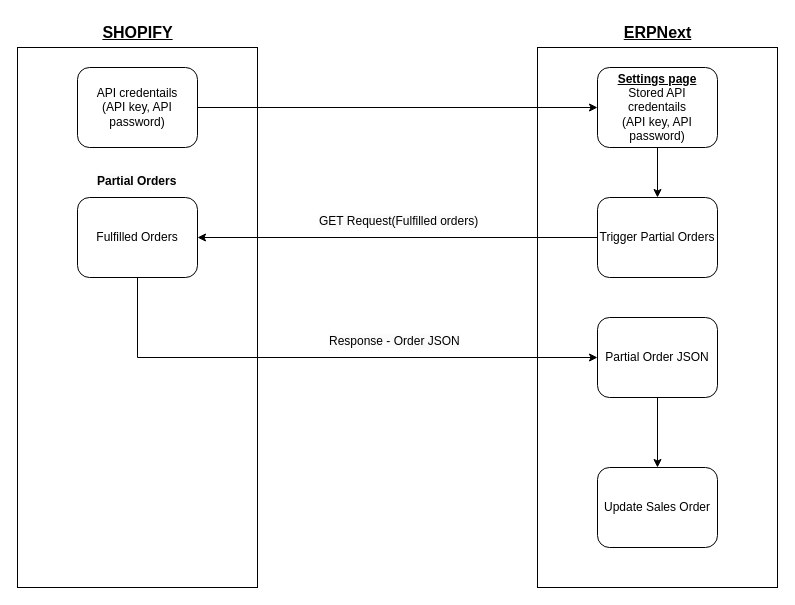
Above: shopify_partial_orders.drawio in GVicky98/Shopify-API-Flow-Diagram (draw.io), before the change. Source tidied: cells renumbered, new cells numbered last; positions are measured from the earlier drawing's top-left corner, leaving out a move shared by most shapes. Both pictures are drawn from the tidied source at 100%, with x=0, y=0 at pixel (17, 17).
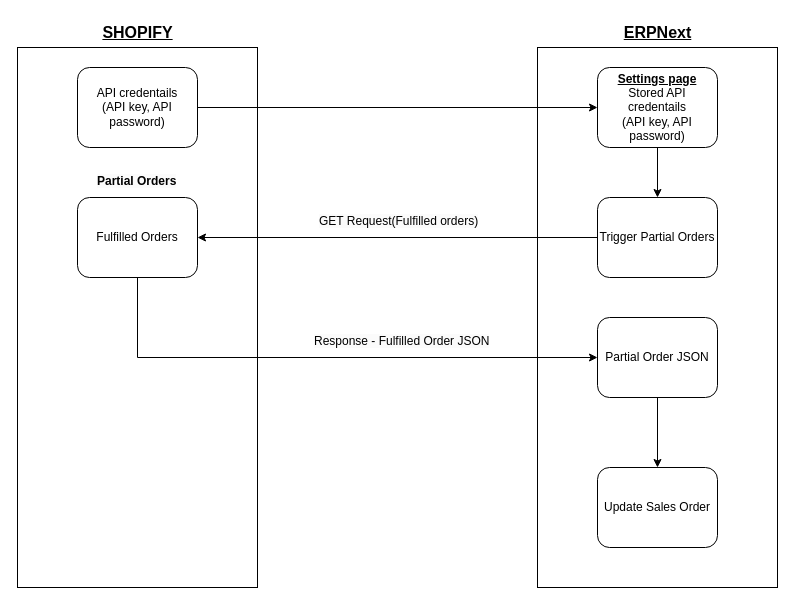
After the change.

What changed in the source:
```diff
@@
-    <mxCell id="17" value="&lt;span style=&quot;color: rgb(0, 0, 0); font-family: Helvetica; font-size: 12px; font-style: normal; font-variant-ligatures: normal; font-variant-caps: normal; font-weight: 400; letter-spacing: normal; orphans: 2; text-align: center; text-indent: 0px; text-transform: none; widows: 2; word-spacing: 0px; -webkit-text-stroke-width: 0px; background-color: rgb(251, 251, 251); text-decoration-thickness: initial; text-decoration-style: initial; text-decoration-color: initial; float: none; display: inline !important;&quot;&gt;Response - Order JSON&lt;/span&gt;" style="text;whiteSpace=wrap;html=1;" parent="1" vertex="1">
-      <mxGeometry x="310" y="310" width="150" height="40" as="geometry" />
+    <mxCell id="17" value="&lt;span style=&quot;color: rgb(0, 0, 0); font-family: Helvetica; font-size: 12px; font-style: normal; font-variant-ligatures: normal; font-variant-caps: normal; font-weight: 400; letter-spacing: normal; orphans: 2; text-align: center; text-indent: 0px; text-transform: none; widows: 2; word-spacing: 0px; -webkit-text-stroke-width: 0px; background-color: rgb(251, 251, 251); text-decoration-thickness: initial; text-decoration-style: initial; text-decoration-color: initial; float: none; display: inline !important;&quot;&gt;Response - Fulfilled Order JSON&lt;/span&gt;" style="text;whiteSpace=wrap;html=1;" parent="1" vertex="1">
+      <mxGeometry x="295" y="310" width="180" height="40" as="geometry" />
     </mxCell>
```
